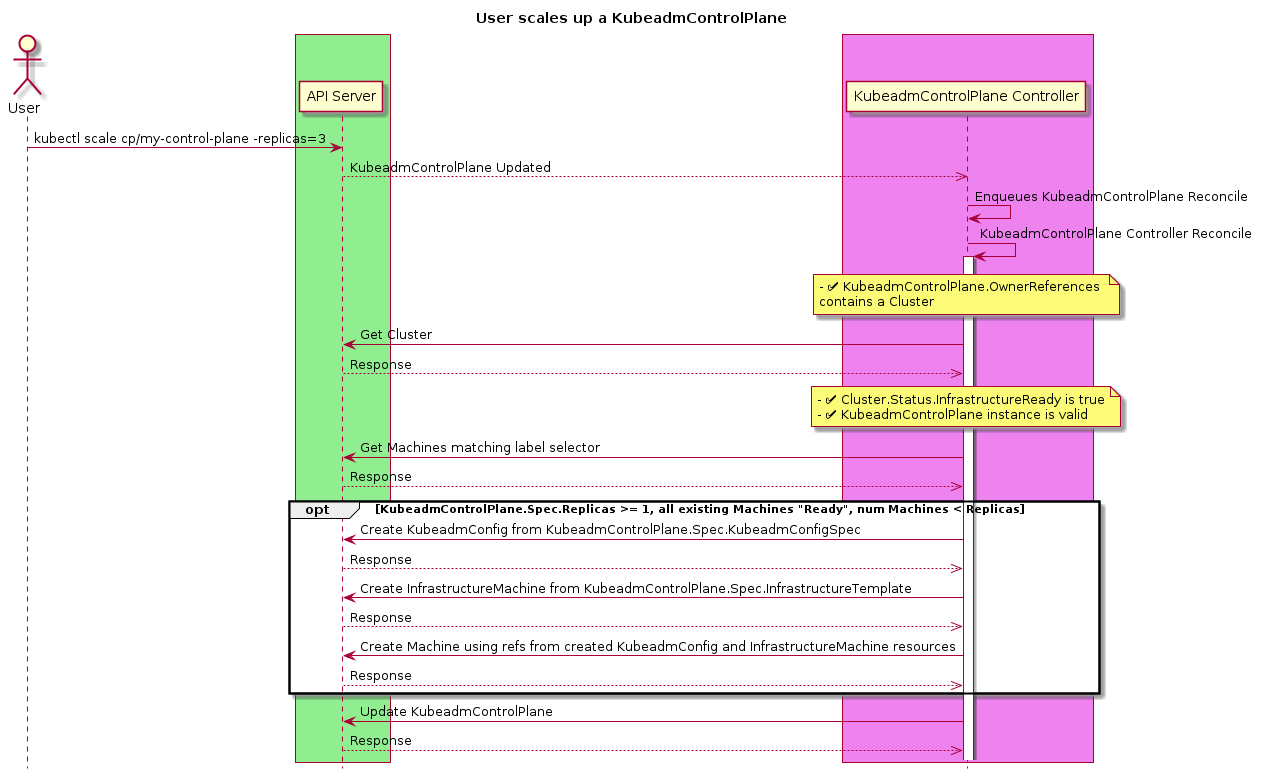
The PlantUML diagram docs/proposals/images/controlplane/controlplane-init-6.png in kubernetes-sigs/cluster-api, before a commit.
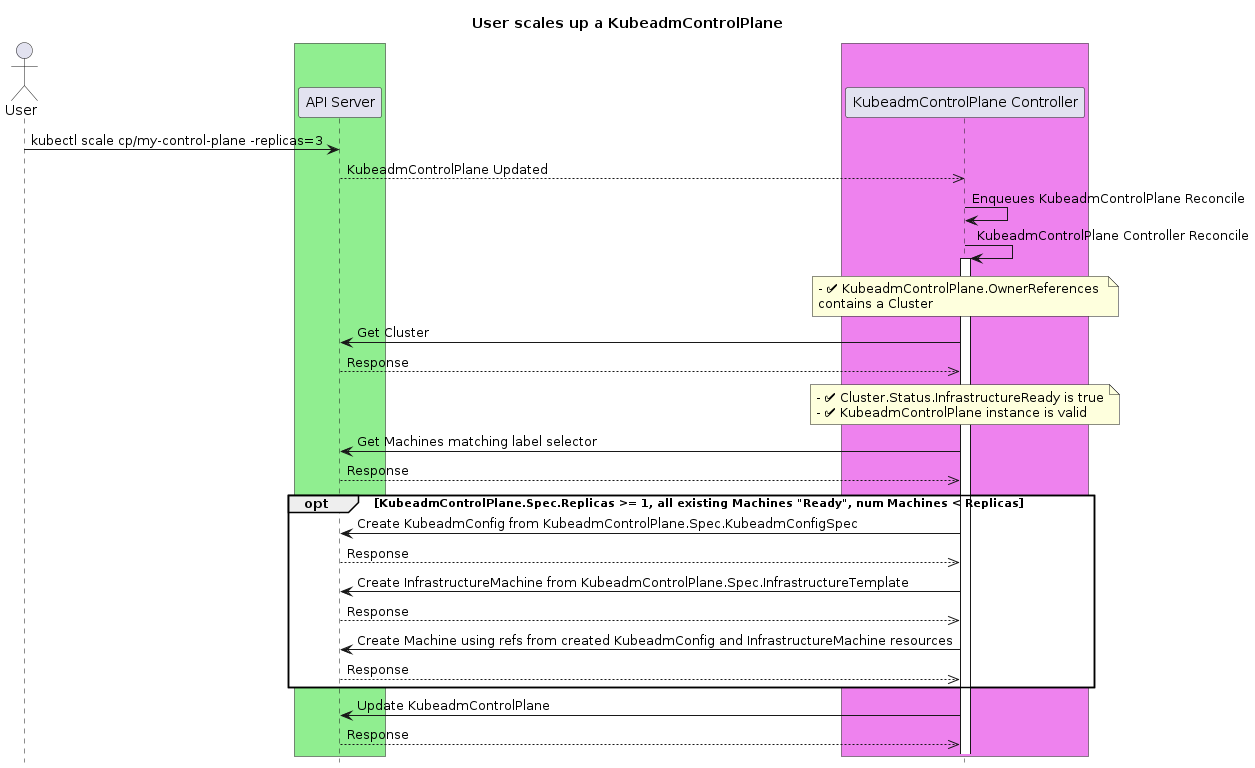
After the change.

The edit, as a diff of the source:
```diff
@@ -30,7 +30,7 @@
 "KubeadmControlPlane Controller"->"API Server": Get Machines matching label selector
 "KubeadmControlPlane Controller"<<--"API Server": Response
 
-opt KubeadmControlPlane.Spec.Replicas >= 1, all existing Machines "Ready", num Machines < Replicas
+opt #white KubeadmControlPlane.Spec.Replicas >= 1, all existing Machines "Ready", num Machines < Replicas
 
 "KubeadmControlPlane Controller"->"API Server": Create KubeadmConfig from KubeadmControlPlane.Spec.KubeadmConfigSpec
 "KubeadmControlPlane Controller"<<--"API Server": Response
```
